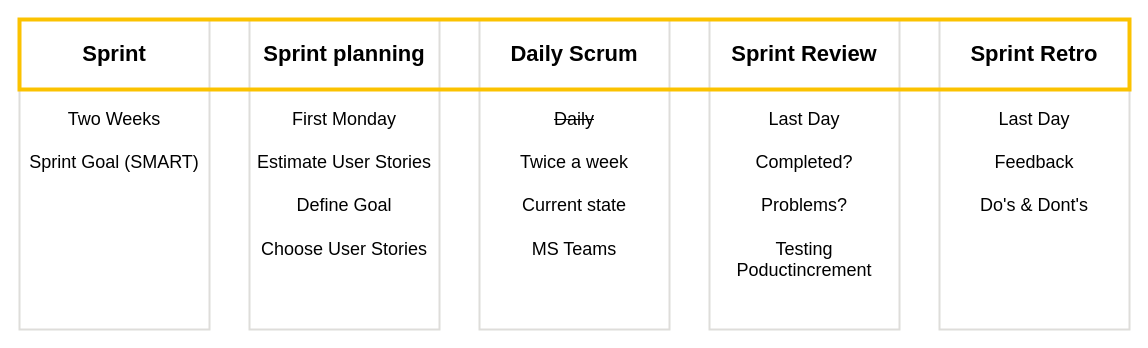
Before: page "Sprint" (1 of 6) of report/pictures/scrum_adaptions.drawio in devobern/URL-Archiver, a draw.io diagram. Source tidied: cells renumbered, new cells numbered last; positions are measured from the earlier drawing's top-left corner, leaving out a move shared by most shapes. Both pictures are drawn from the tidied source at 100%, with x=0, y=0 at pixel (19, 19).
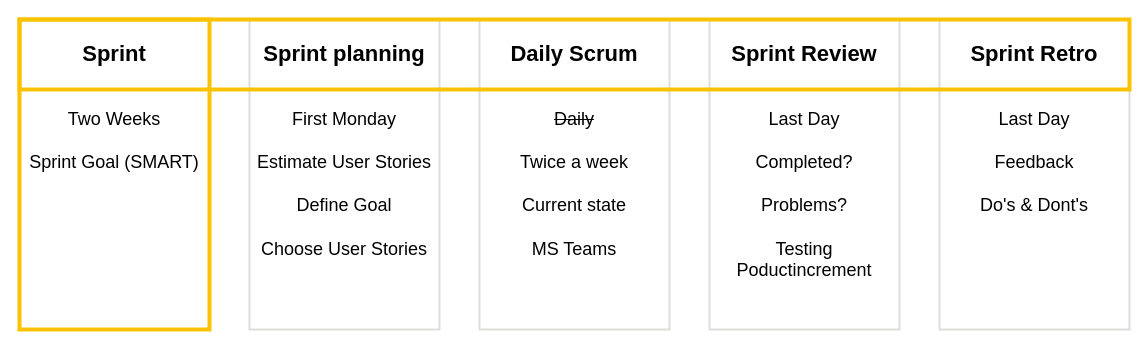
After the change.

The edit, as a diff of the source:
```diff
@@
 <mxGraphModel>
   <root>
     <mxCell id="0" />
     <mxCell id="1" parent="0" />
     <mxCell id="2" style="rounded=0;whiteSpace=wrap;html=1;strokeColor=#deddda;strokeWidth=2;" parent="1" vertex="1">
       <mxGeometry x="230" width="190" height="310" as="geometry" />
     </mxCell>
     <mxCell id="3" value="Sprint planning" style="text;html=1;strokeColor=none;fillColor=none;align=center;verticalAlign=middle;whiteSpace=wrap;rounded=0;fontSize=22;fontStyle=1;" parent="1" vertex="1">
       <mxGeometry x="230" width="190" height="70" as="geometry" />
     </mxCell>
     <mxCell id="4" value="&lt;div style=&quot;font-size: 18px;&quot;&gt;First Monday&lt;/div&gt;&lt;div style=&quot;font-size: 18px;&quot;&gt;&lt;br&gt;&lt;/div&gt;&lt;div style=&quot;font-size: 18px;&quot;&gt;Estimate User Stories&lt;/div&gt;&lt;div style=&quot;font-size: 18px;&quot;&gt;&lt;br&gt;&lt;/div&gt;&lt;div style=&quot;font-size: 18px;&quot;&gt;Define Goal&lt;/div&gt;&lt;div style=&quot;font-size: 18px;&quot;&gt;&lt;br&gt;&lt;/div&gt;&lt;div style=&quot;font-size: 18px;&quot;&gt;Choose User Stories&lt;br style=&quot;font-size: 18px;&quot;&gt;&lt;/div&gt;" style="text;html=1;strokeColor=none;fillColor=none;spacing=5;spacingTop=-20;whiteSpace=wrap;overflow=hidden;rounded=0;align=center;verticalAlign=top;fontSize=18;" parent="1" vertex="1">
       <mxGeometry x="230" y="100" width="190" height="210" as="geometry" />
     </mxCell>
-    <mxCell id="5" style="rounded=0;whiteSpace=wrap;html=1;strokeColor=#deddda;strokeWidth=2;" parent="1" vertex="1">
+    <mxCell id="5" style="rounded=0;whiteSpace=wrap;html=1;strokeColor=#fbc200;strokeWidth=4;" parent="1" vertex="1">
       <mxGeometry width="190" height="310" as="geometry" />
     </mxCell>
     <mxCell id="6" value="Sprint" style="text;html=1;strokeColor=none;fillColor=none;align=center;verticalAlign=middle;whiteSpace=wrap;rounded=0;fontSize=22;fontStyle=1;" parent="1" vertex="1">
       <mxGeometry width="190" height="70" as="geometry" />
     </mxCell>
     <mxCell id="7" value="&lt;div&gt;Two Weeks&lt;/div&gt;&lt;div&gt;&lt;br&gt;&lt;/div&gt;&lt;div&gt;Sprint Goal (SMART)&lt;br&gt;&lt;/div&gt;" style="text;html=1;strokeColor=none;fillColor=none;spacing=5;spacingTop=-20;whiteSpace=wrap;overflow=hidden;rounded=0;align=center;verticalAlign=top;fontSize=18;" parent="1" vertex="1">
       <mxGeometry y="100" width="190" height="210" as="geometry" />
     </mxCell>
     <mxCell id="8" style="rounded=0;whiteSpace=wrap;html=1;strokeColor=#deddda;strokeWidth=2;" parent="1" vertex="1">
       <mxGeometry x="690" width="190" height="310" as="geometry" />
     </mxCell>
     <mxCell id="9" value="Sprint Review" style="text;html=1;strokeColor=none;fillColor=none;align=center;verticalAlign=middle;whiteSpace=wrap;rounded=0;fontSize=22;fontStyle=1;" parent="1" vertex="1">
       <mxGeometry x="690" width="190" height="70" as="geometry" />
     </mxCell>
     <mxCell id="10" value="&lt;div&gt;Last Day&lt;/div&gt;&lt;div&gt;&lt;br&gt;&lt;/div&gt;&lt;div&gt;Completed?&lt;/div&gt;&lt;div&gt;&lt;br&gt;&lt;/div&gt;&lt;div&gt;Problems?&lt;/div&gt;&lt;div&gt;&lt;br&gt;&lt;/div&gt;&lt;div&gt;Testing Poductincrement&lt;br&gt;&lt;/div&gt;" style="text;html=1;strokeColor=none;fillColor=none;spacing=5;spacingTop=-20;whiteSpace=wrap;overflow=hidden;rounded=0;align=center;verticalAlign=top;fontSize=18;" parent="1" vertex="1">
       <mxGeometry x="690" y="100" width="190" height="210" as="geometry" />
     </mxCell>
     <mxCell id="11" style="rounded=0;whiteSpace=wrap;html=1;strokeColor=#deddda;strokeWidth=2;" parent="1" vertex="1">
       <mxGeometry x="460" width="190" height="310" as="geometry" />
     </mxCell>
     <mxCell id="12" value="Daily Scrum" style="text;html=1;strokeColor=none;fillColor=none;align=center;verticalAlign=middle;whiteSpace=wrap;rounded=0;fontSize=22;fontStyle=1;" parent="1" vertex="1">
       <mxGeometry x="460" width="190" height="70" as="geometry" />
     </mxCell>
     <mxCell id="13" value="&lt;div&gt;&lt;strike&gt;Daily&lt;/strike&gt;&lt;/div&gt;&lt;div&gt;&lt;br&gt;&lt;/div&gt;&lt;div&gt;Twice a week&lt;/div&gt;&lt;div&gt;&lt;br&gt;&lt;/div&gt;&lt;div&gt;Current state&lt;/div&gt;&lt;div&gt;&lt;br&gt;&lt;/div&gt;&lt;div&gt;MS Teams&lt;br&gt;&lt;/div&gt;" style="text;html=1;strokeColor=none;fillColor=none;spacing=5;spacingTop=-20;whiteSpace=wrap;overflow=hidden;rounded=0;align=center;verticalAlign=top;fontSize=18;" parent="1" vertex="1">
       <mxGeometry x="460" y="100" width="190" height="210" as="geometry" />
     </mxCell>
     <mxCell id="14" style="rounded=0;whiteSpace=wrap;html=1;strokeColor=#deddda;strokeWidth=2;" parent="1" vertex="1">
       <mxGeometry x="920" width="190" height="310" as="geometry" />
     </mxCell>
     <mxCell id="15" value="Sprint Retro" style="text;html=1;strokeColor=none;fillColor=none;align=center;verticalAlign=middle;whiteSpace=wrap;rounded=0;fontSize=22;fontStyle=1;" parent="1" vertex="1">
       <mxGeometry x="920" width="190" height="70" as="geometry" />
     </mxCell>
     <mxCell id="16" value="&lt;div&gt;Last Day&lt;/div&gt;&lt;div&gt;&lt;br&gt;&lt;/div&gt;&lt;div&gt;Feedback&lt;/div&gt;&lt;div&gt;&lt;br&gt;&lt;/div&gt;&lt;div&gt;Do's &amp;amp; Dont's&lt;br&gt;&lt;/div&gt;" style="text;html=1;strokeColor=none;fillColor=none;spacing=5;spacingTop=-20;whiteSpace=wrap;overflow=hidden;rounded=0;align=center;verticalAlign=top;fontSize=18;" parent="1" vertex="1">
       <mxGeometry x="920" y="100" width="190" height="210" as="geometry" />
     </mxCell>
     <mxCell id="17" style="rounded=0;whiteSpace=wrap;html=1;fillColor=none;strokeColor=#fbc200;strokeWidth=4;" parent="1" vertex="1">
       <mxGeometry width="1110" height="70" as="geometry" />
     </mxCell>
   </root>
 </mxGraphModel>
```
